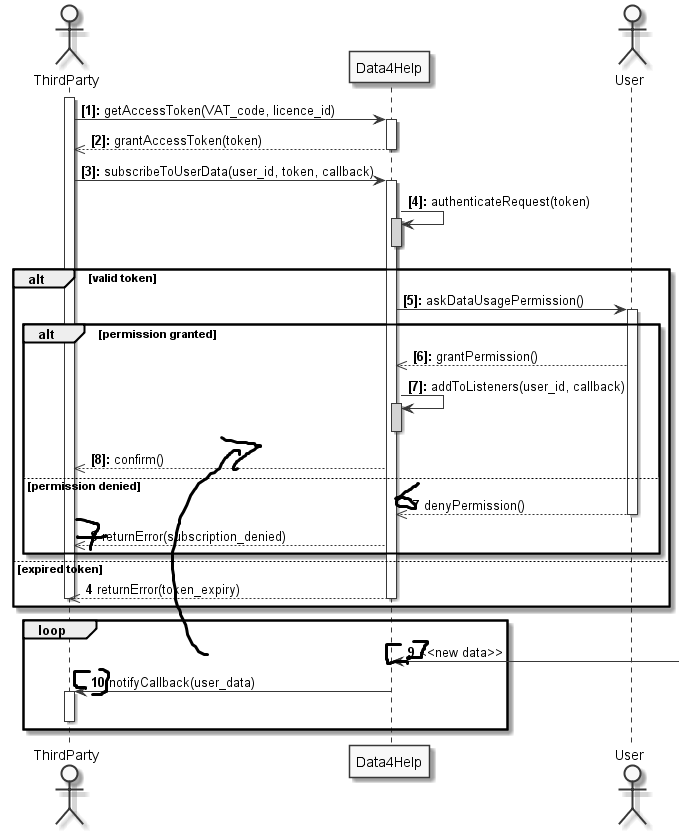
Earlier version of the PlantUML export RASD/Diagrams/seq_thirdparty_subscription.png (AlviseDeFaveri/BiscontiniDeFaveriGelli). Its diagram source:
```plantuml
@startuml

autonumber "<b>[0]:</b>"
skinparam monochrome  true

actor ThirdParty
participant Data4Help
actor User

activate ThirdParty

ThirdParty -> Data4Help : getAccessToken(VAT_code, licence_id)
activate Data4Help
Data4Help -->> ThirdParty : grantAccessToken(token)
deactivate Data4Help

ThirdParty -> Data4Help : subscribeToUserData(user_id, token, callback)
activate Data4Help
Data4Help -> Data4Help : authenticateRequest(token)
activate Data4Help #lightgrey
deactivate Data4Help

alt valid token

	Data4Help -> User : askDataUsagePermission()
	activate User

	alt permission granted
		User -->> Data4Help : grantPermission()
		Data4Help -> Data4Help : addToListeners(user_id, callback)
		activate Data4Help #lightgrey
		deactivate Data4Help
		Data4Help -->> ThirdParty : confirm()

	else permission denied
		autonumber 7
		User -->> Data4Help : denyPermission()
		deactivate User
		Data4Help -->> ThirdParty : returnError(subscription_denied)

	end

else expired token
	autonumber 4
	Data4Help -->> ThirdParty : returnError(token_expiry)
	deactivate Data4Help
	deactivate ThirdParty
end

loop
autonumber 9
Data4Help <- : <<new data>>
Data4Help -> ThirdParty : notifyCallback(user_data)

activate ThirdParty
deactivate ThirdParty
end

@enduml
```
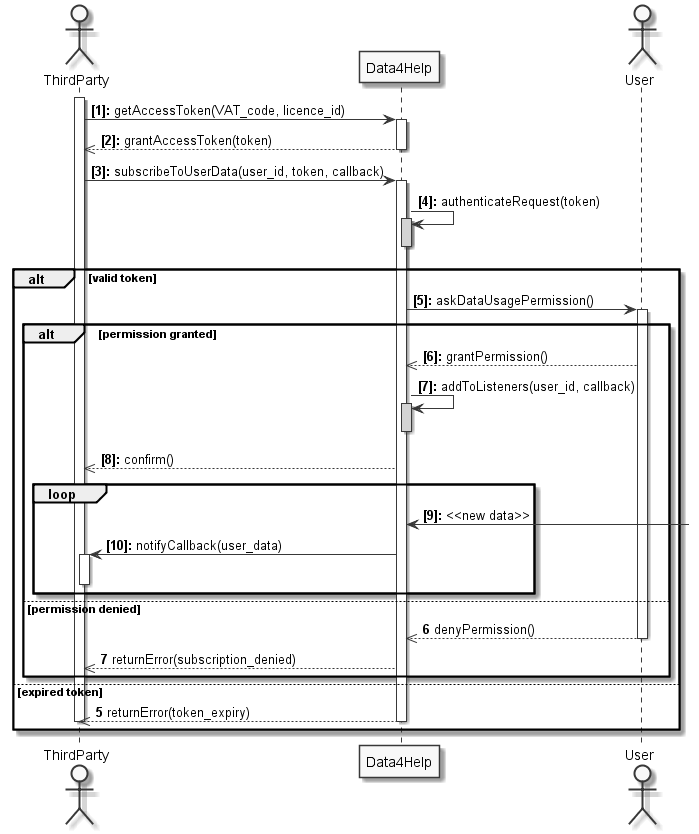
The same file after the commit.

Commit message:
[UML] Added AutomatesSOS and Track4Run sequence diagrams

Change to the diagram source:
```diff
@@ -32,8 +32,16 @@
 		deactivate Data4Help
 		Data4Help -->> ThirdParty : confirm()
 
+		loop
+	Data4Help <- : <<new data>>
+	Data4Help -> ThirdParty : notifyCallback(user_data)
+
+	activate ThirdParty
+	deactivate ThirdParty
+	end
+
 	else permission denied
-		autonumber 7
+		autonumber 6
 		User -->> Data4Help : denyPermission()
 		deactivate User
 		Data4Help -->> ThirdParty : returnError(subscription_denied)
@@ -41,19 +49,10 @@
 	end
 
 else expired token
-	autonumber 4
+	autonumber 5
 	Data4Help -->> ThirdParty : returnError(token_expiry)
 	deactivate Data4Help
 	deactivate ThirdParty
 end
 
-loop
-autonumber 9
-Data4Help <- : <<new data>>
-Data4Help -> ThirdParty : notifyCallback(user_data)
-
-activate ThirdParty
-deactivate ThirdParty
-end
-
 @enduml
```
